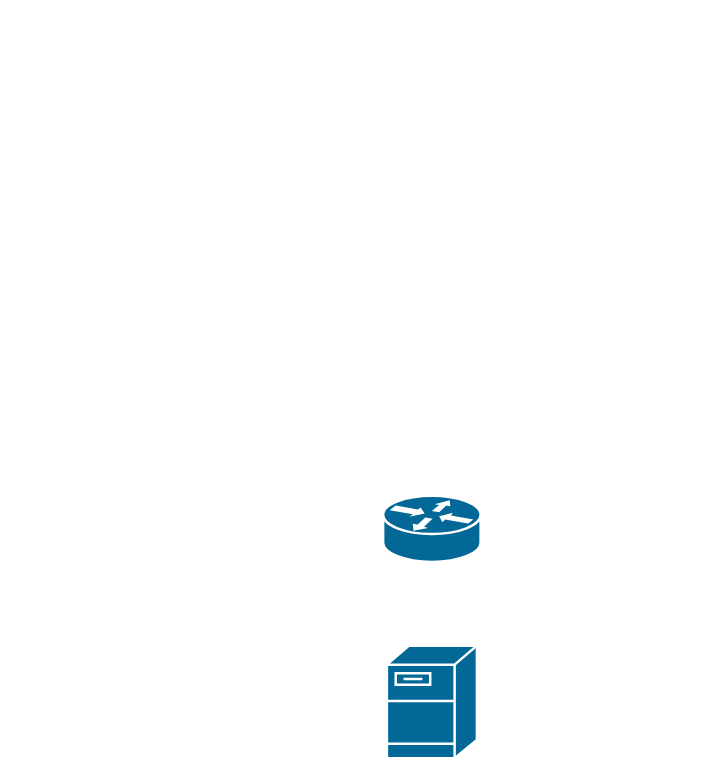
The draw.io diagram L1 схема.drawio in dibovdmitry/CETU_Diagrams, before the edit. Source tidied: cells renumbered, new cells numbered last; positions are measured from the earlier drawing's top-left corner, leaving out a move shared by most shapes. Both pictures are drawn from the tidied source at 125%, with x=0, y=0 at pixel (382, 495).
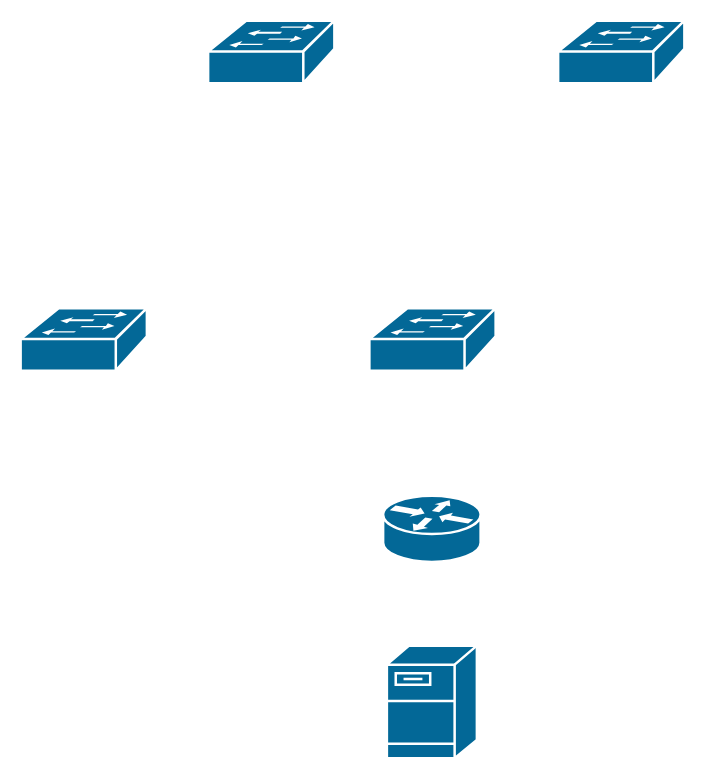
The same page after the edit.

Change to the diagram source:
```diff
@@
 <mxGraphModel>
   <root>
     <mxCell id="0" />
     <mxCell id="1" parent="0" />
     <mxCell id="2" style="shape=mxgraph.cisco.routers.router;sketch=0;html=1;dashed=0;fillColor=#036897;strokeColor=#ffffff;strokeWidth=2;verticalLabelPosition=bottom;verticalAlign=top;align=center;" parent="1" vertex="1">
       <mxGeometry width="78" height="53" as="geometry" />
     </mxCell>
     <mxCell id="3" style="shape=mxgraph.cisco.servers.fileserver;sketch=0;html=1;dashed=0;fillColor=#036897;strokeColor=#ffffff;strokeWidth=2;verticalLabelPosition=bottom;verticalAlign=top;align=center;" parent="1" vertex="1">
       <mxGeometry x="3" y="120" width="72" height="90" as="geometry" />
     </mxCell>
+    <mxCell id="4" style="shape=mxgraph.cisco.switches.workgroup_switch;sketch=0;html=1;dashed=0;fillColor=#036897;strokeColor=#ffffff;strokeWidth=2;verticalLabelPosition=bottom;verticalAlign=top;align=center;" parent="1" vertex="1">
+      <mxGeometry x="-11" y="-150" width="101" height="50" as="geometry" />
+    </mxCell>
+    <mxCell id="5" style="shape=mxgraph.cisco.switches.workgroup_switch;sketch=0;html=1;dashed=0;fillColor=#036897;strokeColor=#ffffff;strokeWidth=2;verticalLabelPosition=bottom;verticalAlign=top;align=center;" parent="1" vertex="1">
+      <mxGeometry x="-140" y="-380" width="101" height="50" as="geometry" />
+    </mxCell>
+    <mxCell id="6" style="shape=mxgraph.cisco.switches.workgroup_switch;sketch=0;html=1;dashed=0;fillColor=#036897;strokeColor=#ffffff;strokeWidth=2;verticalLabelPosition=bottom;verticalAlign=top;align=center;" parent="1" vertex="1">
+      <mxGeometry x="140" y="-380" width="101" height="50" as="geometry" />
+    </mxCell>
+    <mxCell id="7" style="shape=mxgraph.cisco.switches.workgroup_switch;sketch=0;html=1;dashed=0;fillColor=#036897;strokeColor=#ffffff;strokeWidth=2;verticalLabelPosition=bottom;verticalAlign=top;align=center;" parent="1" vertex="1">
+      <mxGeometry x="-290" y="-150" width="101" height="50" as="geometry" />
+    </mxCell>
   </root>
 </mxGraphModel>
```
